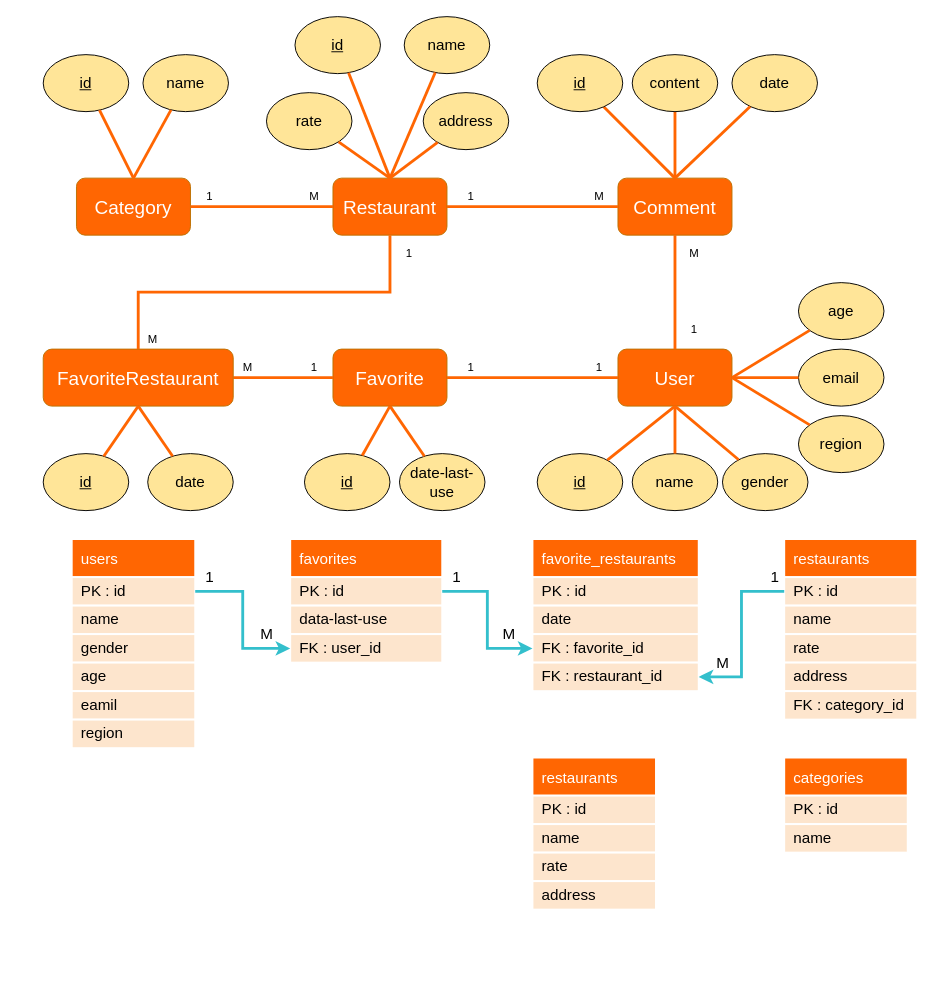
Earlier version of the draw.io diagram 餐廳論壇ERD+Schema.drawio.drawio (z88243310/bins). Source tidied: cells renumbered, new cells numbered last; positions are measured from the earlier drawing's top-left corner, leaving out a move shared by most shapes. Both pictures are drawn from the tidied source at 95%, with x=0, y=0 at pixel (43, 16).
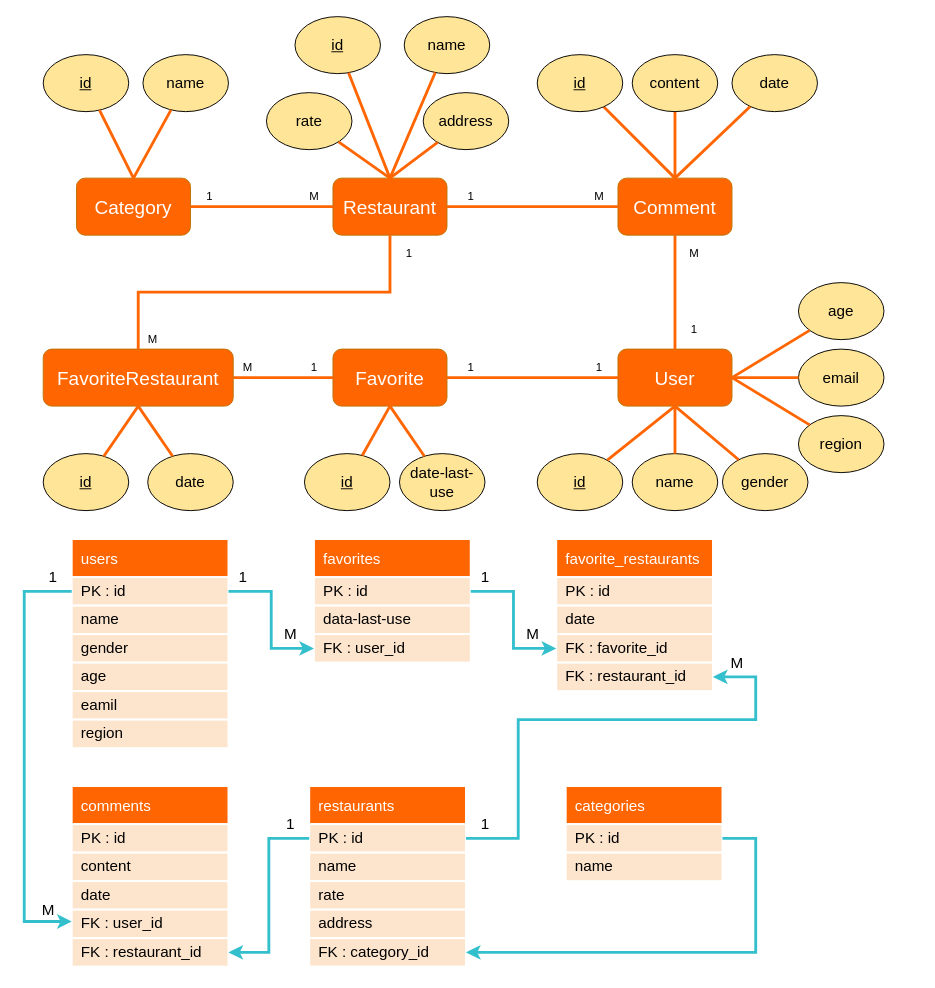
Above is the later version.

Commit message (it also covers changes not shown here):
更新餐廳論壇ERD+Schema.drawio.drawio

Change to the diagram source:
```diff
@@
     <mxCell id="2" value="users" style="swimlane;fontStyle=0;horizontal=1;startSize=40;align=left;fontSize=16;fontColor=#FFFFFF;fillColor=#FF6602;spacing=0;strokeColor=#FFFFFF;strokeWidth=2;spacingLeft=10;" parent="1" vertex="1">
-      <mxGeometry x="30" y="550" width="130" height="220" as="geometry" />
+      <mxGeometry x="30" y="550" width="165" height="220" as="geometry" />
     </mxCell>
     <mxCell id="3" value="PK : id" style="text;strokeColor=#FFFFFF;fillColor=#FDE5CD;spacingLeft=10;spacingRight=0;overflow=hidden;points=[[0,0.5],[1,0.5]];portConstraint=eastwest;fontSize=16;strokeWidth=2;perimeterSpacing=0;sketch=0;shadow=0;rounded=0;glass=0;spacing=0;fontStyle=0;" parent="2" vertex="1">
-      <mxGeometry y="40" width="130" height="30" as="geometry" />
+      <mxGeometry y="40" width="165" height="30" as="geometry" />
     </mxCell>
     <mxCell id="4" value="name" style="text;strokeColor=#FFFFFF;fillColor=#FDE5CD;spacingLeft=10;spacingRight=0;overflow=hidden;fontSize=16;strokeWidth=2;sketch=0;shadow=0;rounded=0;glass=0;spacing=0;" parent="2" vertex="1">
-      <mxGeometry y="70" width="130" height="30" as="geometry" />
+      <mxGeometry y="70" width="165" height="30" as="geometry" />
     </mxCell>
     <mxCell id="5" value="gender    " style="text;strokeColor=#FFFFFF;fillColor=#FDE5CD;spacingLeft=10;spacingRight=0;overflow=hidden;fontSize=16;strokeWidth=2;sketch=0;shadow=0;rounded=0;glass=0;spacing=0;" parent="2" vertex="1">
-      <mxGeometry y="100" width="130" height="30" as="geometry" />
+      <mxGeometry y="100" width="165" height="30" as="geometry" />
     </mxCell>
     <mxCell id="6" value="age" style="text;strokeColor=#FFFFFF;fillColor=#FDE5CD;spacingLeft=10;spacingRight=0;overflow=hidden;fontSize=16;strokeWidth=2;sketch=0;shadow=0;rounded=0;glass=0;spacing=0;" parent="2" vertex="1">
-      <mxGeometry y="130" width="130" height="30" as="geometry" />
+      <mxGeometry y="130" width="165" height="30" as="geometry" />
     </mxCell>
     <mxCell id="7" value="eamil" style="text;strokeColor=#FFFFFF;fillColor=#FDE5CD;spacingLeft=10;spacingRight=0;overflow=hidden;fontSize=16;strokeWidth=2;sketch=0;shadow=0;rounded=0;glass=0;spacing=0;" parent="2" vertex="1">
-      <mxGeometry y="160" width="130" height="30" as="geometry" />
+      <mxGeometry y="160" width="165" height="30" as="geometry" />
     </mxCell>
     <mxCell id="8" value="region" style="text;strokeColor=#FFFFFF;fillColor=#FDE5CD;spacingLeft=10;spacingRight=0;overflow=hidden;fontSize=16;strokeWidth=2;sketch=0;shadow=0;rounded=0;glass=0;spacing=0;" parent="2" vertex="1">
-      <mxGeometry y="190" width="130" height="30" as="geometry" />
+      <mxGeometry y="190" width="165" height="30" as="geometry" />
     </mxCell>
     <mxCell id="9" value="favorites" style="swimlane;fontStyle=0;horizontal=1;startSize=40;align=left;fontSize=16;fontColor=#FFFFFF;fillColor=#FF6602;spacing=0;strokeColor=#FFFFFF;strokeWidth=2;spacingLeft=10;" parent="1" vertex="1">
-      <mxGeometry x="260" y="550" width="160" height="130" as="geometry" />
+      <mxGeometry x="285" y="550" width="165" height="130" as="geometry" />
     </mxCell>
     <mxCell id="10" value="PK : id" style="text;strokeColor=#FFFFFF;fillColor=#FDE5CD;spacingLeft=10;spacingRight=0;overflow=hidden;points=[[0,0.5],[1,0.5]];portConstraint=eastwest;fontSize=16;strokeWidth=2;perimeterSpacing=0;sketch=0;shadow=0;rounded=0;glass=0;spacing=0;fontStyle=0;" parent="9" vertex="1">
-      <mxGeometry y="40" width="160" height="30" as="geometry" />
+      <mxGeometry y="40" width="165" height="30" as="geometry" />
     </mxCell>
     <mxCell id="11" value="data-last-use" style="text;strokeColor=#FFFFFF;fillColor=#FDE5CD;spacingLeft=10;spacingRight=0;overflow=hidden;fontSize=16;strokeWidth=2;sketch=0;shadow=0;rounded=0;glass=0;spacing=0;" parent="9" vertex="1">
-      <mxGeometry y="70" width="160" height="30" as="geometry" />
+      <mxGeometry y="70" width="165" height="30" as="geometry" />
     </mxCell>
     <mxCell id="12" value="FK : user_id" style="text;strokeColor=#FFFFFF;fillColor=#FDE5CD;spacingLeft=10;spacingRight=0;overflow=hidden;points=[[0,0.5],[1,0.5]];portConstraint=eastwest;fontSize=16;strokeWidth=2;sketch=0;shadow=0;rounded=0;glass=0;spacing=0;" parent="9" vertex="1">
-      <mxGeometry y="100" width="160" height="30" as="geometry" />
+      <mxGeometry y="100" width="165" height="30" as="geometry" />
     </mxCell>
     <mxCell id="13" style="edgeStyle=orthogonalEdgeStyle;rounded=0;jettySize=auto;html=1;fontSize=16;fontColor=#FFFFFF;strokeWidth=3;strokeColor=#33BFCC;entryX=0;entryY=0.5;entryDx=0;entryDy=0;" parent="1" edge="1" source="3" target="12">
-      <mxGeometry relative="1" as="geometry" />
+      <mxGeometry relative="1" as="geometry">
+        <Array as="points">
+          <mxPoint x="240" y="605" />
+          <mxPoint x="240" y="665" />
+        </Array>
+      </mxGeometry>
     </mxCell>
     <mxCell id="14" value="&lt;div&gt;1&lt;/div&gt;" style="text;html=1;align=center;verticalAlign=middle;strokeColor=none;fillColor=none;fontSize=16;fontColor=#000000;" parent="1" vertex="1">
-      <mxGeometry x="165" y="580" width="20" height="20" as="geometry" />
+      <mxGeometry x="200" y="580" width="20" height="20" as="geometry" />
     </mxCell>
     <mxCell id="15" value="M" style="text;html=1;align=center;verticalAlign=middle;strokeColor=none;fillColor=none;fontSize=16;fontColor=#000000;" parent="1" vertex="1">
-      <mxGeometry x="220" y="640" width="30" height="20" as="geometry" />
+      <mxGeometry x="245" y="640" width="30" height="20" as="geometry" />
     </mxCell>
     <mxCell id="16" value="favorite_restaurants" style="swimlane;fontStyle=0;horizontal=1;startSize=40;align=left;fontSize=16;fontColor=#FFFFFF;fillColor=#FF6602;spacing=0;strokeColor=#FFFFFF;strokeWidth=2;spacingLeft=10;" parent="1" vertex="1">
-      <mxGeometry x="515" y="550" width="175" height="160" as="geometry" />
+      <mxGeometry x="540" y="550" width="165" height="160" as="geometry" />
     </mxCell>
     <mxCell id="17" value="PK : id" style="text;strokeColor=#FFFFFF;fillColor=#FDE5CD;spacingLeft=10;spacingRight=0;overflow=hidden;fontSize=16;strokeWidth=2;perimeterSpacing=0;sketch=0;shadow=0;rounded=0;glass=0;spacing=0;fontStyle=0;" parent="16" vertex="1">
-      <mxGeometry y="40" width="175" height="30" as="geometry" />
+      <mxGeometry y="40" width="165" height="30" as="geometry" />
     </mxCell>
     <mxCell id="18" value="date" style="text;strokeColor=#FFFFFF;fillColor=#FDE5CD;spacingLeft=10;spacingRight=0;overflow=hidden;fontSize=16;strokeWidth=2;sketch=0;shadow=0;rounded=0;glass=0;spacing=0;" parent="16" vertex="1">
-      <mxGeometry y="70" width="175" height="30" as="geometry" />
+      <mxGeometry y="70" width="165" height="30" as="geometry" />
     </mxCell>
     <mxCell id="19" value="FK : favorite_id" style="text;strokeColor=#FFFFFF;fillColor=#FDE5CD;spacingLeft=10;spacingRight=0;overflow=hidden;points=[[0,0.5],[1,0.5]];portConstraint=eastwest;fontSize=16;strokeWidth=2;sketch=0;shadow=0;rounded=0;glass=0;spacing=0;" parent="16" vertex="1">
-      <mxGeometry y="100" width="175" height="30" as="geometry" />
+      <mxGeometry y="100" width="165" height="30" as="geometry" />
     </mxCell>
     <mxCell id="20" value="FK : restaurant_id" style="text;strokeColor=#FFFFFF;fillColor=#FDE5CD;spacingLeft=10;spacingRight=0;overflow=hidden;points=[[0,0.5],[1,0.5]];portConstraint=eastwest;fontSize=16;strokeWidth=2;sketch=0;shadow=0;rounded=0;glass=0;spacing=0;" parent="16" vertex="1">
-      <mxGeometry y="130" width="175" height="30" as="geometry" />
+      <mxGeometry y="130" width="165" height="30" as="geometry" />
     </mxCell>
     <mxCell id="21" value="M" style="text;html=1;align=center;verticalAlign=middle;strokeColor=none;fillColor=none;fontSize=16;fontColor=#000000;" parent="1" vertex="1">
-      <mxGeometry x="475" y="640" width="30" height="20" as="geometry" />
+      <mxGeometry x="500" y="640" width="30" height="20" as="geometry" />
     </mxCell>
     <mxCell id="22" value="1" style="text;html=1;align=center;verticalAlign=middle;strokeColor=none;fillColor=none;fontSize=16;fontColor=#000000;" parent="1" vertex="1">
-      <mxGeometry x="425" y="580" width="20" height="20" as="geometry" />
+      <mxGeometry x="455" y="580" width="20" height="20" as="geometry" />
     </mxCell>
     <mxCell id="23" value="restaurants" style="swimlane;fontStyle=0;horizontal=1;startSize=40;align=left;fontSize=16;fontColor=#FFFFFF;fillColor=#FF6602;spacing=0;strokeColor=#FFFFFF;strokeWidth=2;spacingLeft=10;" parent="1" vertex="1">
-      <mxGeometry x="780" y="550" width="140" height="190" as="geometry" />
+      <mxGeometry x="280" y="810" width="165" height="190" as="geometry" />
     </mxCell>
     <mxCell id="24" value="PK : id" style="text;strokeColor=#FFFFFF;fillColor=#FDE5CD;spacingLeft=10;spacingRight=0;overflow=hidden;points=[[0,0.5],[1,0.5]];portConstraint=eastwest;fontSize=16;strokeWidth=2;perimeterSpacing=0;sketch=0;shadow=0;rounded=0;glass=0;spacing=0;fontStyle=0;" parent="23" vertex="1">
-      <mxGeometry y="40" width="140" height="30" as="geometry" />
+      <mxGeometry y="40" width="165" height="30" as="geometry" />
     </mxCell>
     <mxCell id="25" value="name    " style="text;strokeColor=#FFFFFF;fillColor=#FDE5CD;spacingLeft=10;spacingRight=0;overflow=hidden;fontSize=16;strokeWidth=2;sketch=0;shadow=0;rounded=0;glass=0;spacing=0;" parent="23" vertex="1">
-      <mxGeometry y="70" width="140" height="30" as="geometry" />
+      <mxGeometry y="70" width="165" height="30" as="geometry" />
     </mxCell>
     <mxCell id="26" value="rate" style="text;strokeColor=#FFFFFF;fillColor=#FDE5CD;spacingLeft=10;spacingRight=0;overflow=hidden;fontSize=16;strokeWidth=2;sketch=0;shadow=0;rounded=0;glass=0;spacing=0;" parent="23" vertex="1">
-      <mxGeometry y="100" width="140" height="30" as="geometry" />
+      <mxGeometry y="100" width="165" height="30" as="geometry" />
     </mxCell>
     <mxCell id="27" value="address" style="text;strokeColor=#FFFFFF;fillColor=#FDE5CD;spacingLeft=10;spacingRight=0;overflow=hidden;fontSize=16;strokeWidth=2;sketch=0;shadow=0;rounded=0;glass=0;spacing=0;" parent="23" vertex="1">
-      <mxGeometry y="130" width="140" height="30" as="geometry" />
+      <mxGeometry y="130" width="165" height="30" as="geometry" />
     </mxCell>
     <mxCell id="28" value="FK : category_id" style="text;strokeColor=#FFFFFF;fillColor=#FDE5CD;spacingLeft=10;spacingRight=0;overflow=hidden;points=[[0,0.5],[1,0.5]];portConstraint=eastwest;fontSize=16;strokeWidth=2;sketch=0;shadow=0;rounded=0;glass=0;spacing=0;" parent="23" vertex="1">
-      <mxGeometry y="160" width="140" height="30" as="geometry" />
+      <mxGeometry y="160" width="165" height="30" as="geometry" />
     </mxCell>
-    <mxCell id="29" style="edgeStyle=orthogonalEdgeStyle;rounded=0;jettySize=auto;html=1;fontSize=16;fontColor=#FFFFFF;strokeWidth=3;strokeColor=#33BFCC;entryX=1;entryY=0.5;entryDx=0;entryDy=0;exitX=0;exitY=0.5;exitDx=0;exitDy=0;" parent="1" edge="1" source="24" target="20">
-      <mxGeometry relative="1" as="geometry" />
+    <mxCell id="29" style="edgeStyle=orthogonalEdgeStyle;rounded=0;jettySize=auto;html=1;fontSize=16;fontColor=#FFFFFF;strokeWidth=3;strokeColor=#33BFCC;entryX=1;entryY=0.5;entryDx=0;entryDy=0;exitX=1;exitY=0.5;exitDx=0;exitDy=0;" parent="1" edge="1" source="24" target="20">
+      <mxGeometry relative="1" as="geometry">
+        <Array as="points">
+          <mxPoint x="500" y="865" />
+          <mxPoint x="500" y="740" />
+          <mxPoint x="750" y="740" />
+          <mxPoint x="750" y="695" />
+        </Array>
+      </mxGeometry>
     </mxCell>
     <mxCell id="30" value="M" style="text;html=1;align=center;verticalAlign=middle;strokeColor=none;fillColor=none;fontSize=16;fontColor=#000000;" parent="1" vertex="1">
-      <mxGeometry x="700" y="670" width="30" height="20" as="geometry" />
+      <mxGeometry x="715" y="670" width="30" height="20" as="geometry" />
     </mxCell>
     <mxCell id="31" value="1" style="text;html=1;align=center;verticalAlign=middle;strokeColor=none;fillColor=none;fontSize=16;fontColor=#000000;" parent="1" vertex="1">
-      <mxGeometry x="760" y="580" width="20" height="20" as="geometry" />
+      <mxGeometry x="455" y="840" width="20" height="20" as="geometry" />
     </mxCell>
@@
-    <mxCell id="95" value="restaurants" style="swimlane;fontStyle=0;horizontal=1;startSize=40;align=left;fontSize=16;fontColor=#FFFFFF;fillColor=#FF6602;spacing=0;strokeColor=#FFFFFF;strokeWidth=2;spacingLeft=10;" parent="1" vertex="1">
-      <mxGeometry x="515" y="780" width="130" height="160" as="geometry" />
+    <mxCell id="95" value="comments" style="swimlane;fontStyle=0;horizontal=1;startSize=40;align=left;fontSize=16;fontColor=#FFFFFF;fillColor=#FF6602;spacing=0;strokeColor=#FFFFFF;strokeWidth=2;spacingLeft=10;" parent="1" vertex="1">
+      <mxGeometry x="30" y="810" width="165" height="190" as="geometry" />
     </mxCell>
     <mxCell id="96" value="PK : id" style="text;strokeColor=#FFFFFF;fillColor=#FDE5CD;spacingLeft=10;spacingRight=0;overflow=hidden;fontSize=16;strokeWidth=2;perimeterSpacing=0;sketch=0;shadow=0;rounded=0;glass=0;spacing=0;fontStyle=0;" parent="95" vertex="1">
-      <mxGeometry y="40" width="130" height="30" as="geometry" />
+      <mxGeometry y="40" width="165" height="30" as="geometry" />
     </mxCell>
-    <mxCell id="97" value="name    " style="text;strokeColor=#FFFFFF;fillColor=#FDE5CD;spacingLeft=10;spacingRight=0;overflow=hidden;fontSize=16;strokeWidth=2;sketch=0;shadow=0;rounded=0;glass=0;spacing=0;" parent="95" vertex="1">
-      <mxGeometry y="70" width="130" height="30" as="geometry" />
+    <mxCell id="97" value="content" style="text;strokeColor=#FFFFFF;fillColor=#FDE5CD;spacingLeft=10;spacingRight=0;overflow=hidden;fontSize=16;strokeWidth=2;sketch=0;shadow=0;rounded=0;glass=0;spacing=0;" parent="95" vertex="1">
+      <mxGeometry y="70" width="165" height="30" as="geometry" />
     </mxCell>
+    <mxCell id="103" value="date" style="text;strokeColor=#FFFFFF;fillColor=#FDE5CD;spacingLeft=10;spacingRight=0;overflow=hidden;fontSize=16;strokeWidth=2;sketch=0;shadow=0;rounded=0;glass=0;spacing=0;" parent="95" vertex="1">
+      <mxGeometry y="100" width="165" height="30" as="geometry" />
+    </mxCell>
+    <mxCell id="104" value="FK : user_id" style="text;strokeColor=#FFFFFF;fillColor=#FDE5CD;spacingLeft=10;spacingRight=0;overflow=hidden;fontSize=16;strokeWidth=2;sketch=0;shadow=0;rounded=0;glass=0;spacing=0;" parent="95" vertex="1">
+      <mxGeometry y="130" width="165" height="30" as="geometry" />
+    </mxCell>
-    <mxCell id="98" value="rate" style="text;strokeColor=#FFFFFF;fillColor=#FDE5CD;spacingLeft=10;spacingRight=0;overflow=hidden;points=[[0,0.5],[1,0.5]];portConstraint=eastwest;fontSize=16;strokeWidth=2;sketch=0;shadow=0;rounded=0;glass=0;spacing=0;" parent="95" vertex="1">
-      <mxGeometry y="100" width="130" height="30" as="geometry" />
+    <mxCell id="98" value="FK : restaurant_id" style="text;strokeColor=#FFFFFF;fillColor=#FDE5CD;spacingLeft=10;spacingRight=0;overflow=hidden;points=[[0,0.5],[1,0.5]];portConstraint=eastwest;fontSize=16;strokeWidth=2;sketch=0;shadow=0;rounded=0;glass=0;spacing=0;" parent="95" vertex="1">
+      <mxGeometry y="160" width="165" height="30" as="geometry" />
     </mxCell>
-    <mxCell id="99" value="address" style="text;strokeColor=#FFFFFF;fillColor=#FDE5CD;spacingLeft=10;spacingRight=0;overflow=hidden;fontSize=16;strokeWidth=2;sketch=0;shadow=0;rounded=0;glass=0;spacing=0;" parent="95" vertex="1">
-      <mxGeometry y="130" width="130" height="30" as="geometry" />
-    </mxCell>
     <mxCell id="100" value="categories" style="swimlane;fontStyle=0;horizontal=1;startSize=40;align=left;fontSize=16;fontColor=#FFFFFF;fillColor=#FF6602;spacing=0;strokeColor=#FFFFFF;strokeWidth=2;spacingLeft=10;" parent="1" vertex="1">
-      <mxGeometry x="780" y="780" width="130" height="100" as="geometry" />
+      <mxGeometry x="550" y="810" width="165" height="100" as="geometry" />
     </mxCell>
     <mxCell id="101" value="PK : id" style="text;strokeColor=#FFFFFF;fillColor=#FDE5CD;spacingLeft=10;spacingRight=0;overflow=hidden;points=[[0,0.5],[1,0.5]];portConstraint=eastwest;fontSize=16;strokeWidth=2;perimeterSpacing=0;sketch=0;shadow=0;rounded=0;glass=0;spacing=0;fontStyle=0;" parent="100" vertex="1">
-      <mxGeometry y="40" width="130" height="30" as="geometry" />
+      <mxGeometry y="40" width="165" height="30" as="geometry" />
     </mxCell>
     <mxCell id="102" value="name    " style="text;strokeColor=#FFFFFF;fillColor=#FDE5CD;spacingLeft=10;spacingRight=0;overflow=hidden;fontSize=16;strokeWidth=2;sketch=0;shadow=0;rounded=0;glass=0;spacing=0;" parent="100" vertex="1">
-      <mxGeometry y="70" width="130" height="30" as="geometry" />
+      <mxGeometry y="70" width="165" height="30" as="geometry" />
     </mxCell>
+    <mxCell id="105" style="edgeStyle=orthogonalEdgeStyle;rounded=0;jettySize=auto;html=1;fontSize=16;fontColor=#FFFFFF;strokeWidth=3;strokeColor=#33BFCC;entryX=1;entryY=0.5;entryDx=0;entryDy=0;exitX=1;exitY=0.5;exitDx=0;exitDy=0;" parent="1" edge="1" source="101" target="28">
+      <mxGeometry relative="1" as="geometry">
+        <Array as="points">
+          <mxPoint x="750" y="865" />
+          <mxPoint x="750" y="985" />
+        </Array>
+      </mxGeometry>
+    </mxCell>
+    <mxCell id="106" style="edgeStyle=orthogonalEdgeStyle;rounded=0;jettySize=auto;html=1;fontSize=16;fontColor=#FFFFFF;strokeWidth=3;strokeColor=#33BFCC;entryX=0;entryY=0.75;entryDx=0;entryDy=0;exitX=0;exitY=0.25;exitDx=0;exitDy=0;" parent="1" edge="1" source="2" target="95">
+      <mxGeometry relative="1" as="geometry">
+        <Array as="points">
+          <mxPoint x="-20" y="605" />
+          <mxPoint x="-20" y="952" />
+        </Array>
+      </mxGeometry>
+    </mxCell>
+    <mxCell id="107" style="edgeStyle=orthogonalEdgeStyle;rounded=0;jettySize=auto;html=1;fontSize=16;fontColor=#FFFFFF;strokeWidth=3;strokeColor=#33BFCC;entryX=1;entryY=0.5;entryDx=0;entryDy=0;exitX=0;exitY=0.5;exitDx=0;exitDy=0;" parent="1" edge="1" source="24" target="98">
+      <mxGeometry relative="1" as="geometry" />
+    </mxCell>
+    <mxCell id="108" value="M" style="text;html=1;align=center;verticalAlign=middle;strokeColor=none;fillColor=none;fontSize=16;fontColor=#000000;" parent="1" vertex="1">
+      <mxGeometry x="-10" y="930" width="30" height="20" as="geometry" />
+    </mxCell>
+    <mxCell id="109" value="&lt;div&gt;1&lt;/div&gt;" style="text;html=1;align=center;verticalAlign=middle;strokeColor=none;fillColor=none;fontSize=16;fontColor=#000000;" parent="1" vertex="1">
+      <mxGeometry y="580" width="20" height="20" as="geometry" />
+    </mxCell>
+    <mxCell id="110" value="1" style="text;html=1;align=center;verticalAlign=middle;strokeColor=none;fillColor=none;fontSize=16;fontColor=#000000;" parent="1" vertex="1">
+      <mxGeometry x="250" y="840" width="20" height="20" as="geometry" />
+    </mxCell>
```
